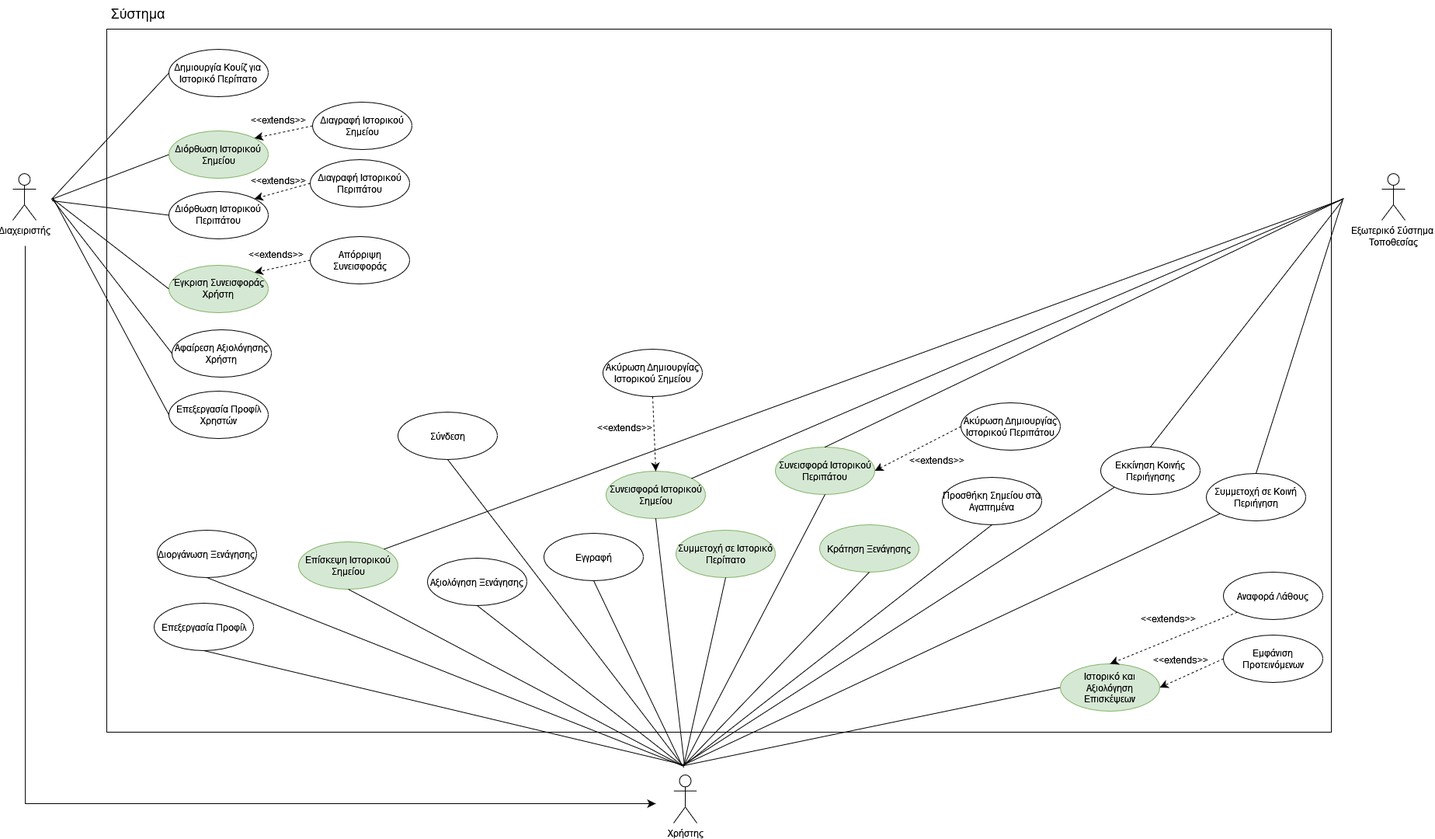
Before: NOTES/Use Case Diagram.png, a diagram exported from draw.io (Nektar24/software-engineering). Source tidied: cells renumbered, new cells last; positions are measured from the earlier drawing's top-left corner, leaving out a move shared by most shapes.
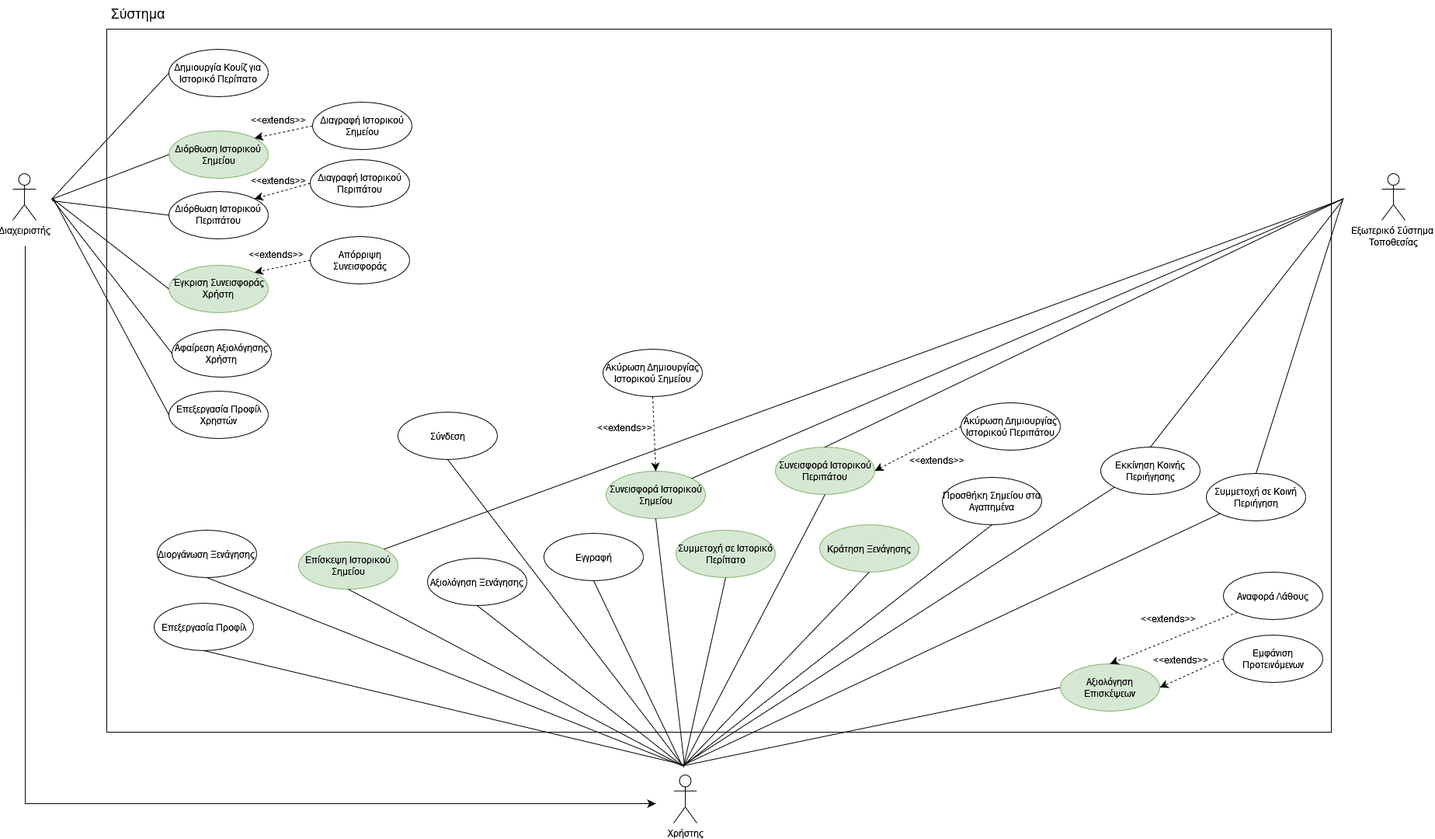
After the commit.

Commit message:
use case diagram little changes

Diff of the diagram source:
```diff
@@ -125,7 +125,7 @@
     <mxCell id="38" value="Συμμετοχή σε Κοινή Περιήγηση" style="ellipse;whiteSpace=wrap;html=1;" parent="1" vertex="1">
       <mxGeometry x="1537" y="609" width="128" height="61" as="geometry" />
     </mxCell>
-    <mxCell id="39" value="Ιστορικό και Αξιολόγηση Επισκέψεων" style="ellipse;whiteSpace=wrap;html=1;fillColor=#d5e8d4;strokeColor=#82b366;" parent="1" vertex="1">
+    <mxCell id="39" value="Αξιολόγηση Επισκέψεων" style="ellipse;whiteSpace=wrap;html=1;fillColor=#d5e8d4;strokeColor=#82b366;" parent="1" vertex="1">
       <mxGeometry x="1349" y="854" width="128" height="61" as="geometry" />
     </mxCell>
     <mxCell id="40" style="endArrow=none;html=1;rounded=0;fontSize=12;startSize=8;endSize=8;curved=1;entryX=0.5;entryY=1;entryDx=0;entryDy=0;" parent="1" edge="1" target="25">
```
